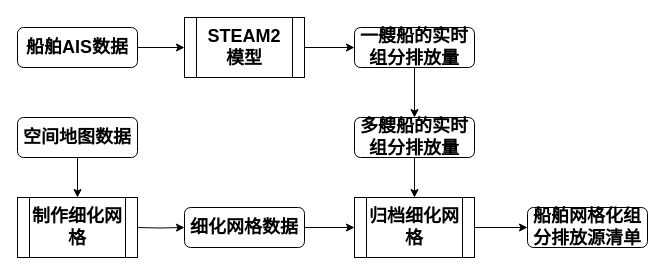
Earlier version of the draw.io diagram 船舶排放清单.drawio (WienWong/Misc). Source tidied: cells renumbered, new cells numbered last; positions are measured from the earlier drawing's top-left corner, leaving out a move shared by most shapes. Both pictures are drawn from the tidied source at 100%, with x=0, y=0 at pixel (17, 17).
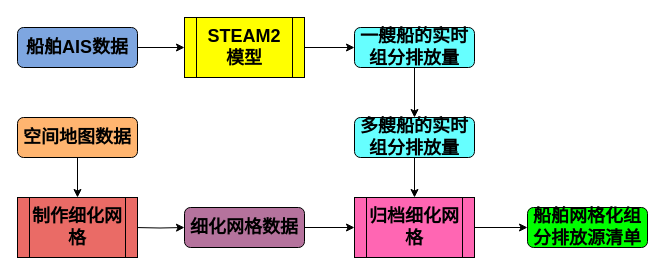
After the change.

Commit message:
Update 船舶排放清单.drawio

Change to the diagram source:
```diff
@@
 <mxGraphModel>
   <root>
     <mxCell id="0" />
     <mxCell id="1" parent="0" />
     <mxCell id="2" style="edgeStyle=orthogonalEdgeStyle;rounded=0;jettySize=auto;html=1;exitX=1;exitY=0.5;exitDx=0;exitDy=0;entryX=0;entryY=0.5;entryDx=0;entryDy=0;" parent="1" edge="1" target="7">
       <mxGeometry relative="1" as="geometry">
         <mxPoint x="117" y="210" as="sourcePoint" />
       </mxGeometry>
     </mxCell>
     <mxCell id="3" style="edgeStyle=orthogonalEdgeStyle;rounded=0;jettySize=auto;html=1;exitX=0.5;exitY=1;exitDx=0;exitDy=0;entryX=0.5;entryY=0;entryDx=0;entryDy=0;" parent="1" edge="1" source="4" target="9">
       <mxGeometry relative="1" as="geometry" />
     </mxCell>
-    <mxCell id="4" value="&lt;font style=&quot;font-size: 18px&quot;&gt;&lt;b&gt;一艘船的实时组分排放量&lt;/b&gt;&lt;/font&gt;" style="rounded=1;whiteSpace=wrap;html=1;fontSize=12;glass=0;strokeWidth=1;shadow=0;" parent="1" vertex="1">
+    <mxCell id="4" value="&lt;font style=&quot;font-size: 18px&quot;&gt;&lt;b&gt;一艘船的实时组分排放量&lt;/b&gt;&lt;/font&gt;" style="rounded=1;whiteSpace=wrap;html=1;fontSize=12;glass=0;strokeWidth=1;shadow=0;fillColor=#66FFFF;" parent="1" vertex="1">
       <mxGeometry x="337" y="10" width="120" height="40" as="geometry" />
     </mxCell>
-    <mxCell id="5" value="&lt;font style=&quot;font-size: 18px&quot;&gt;&lt;b&gt;船舶网格化组分排放源清单&lt;/b&gt;&lt;/font&gt;" style="rounded=1;whiteSpace=wrap;html=1;fontSize=12;glass=0;strokeWidth=1;shadow=0;" parent="1" vertex="1">
+    <mxCell id="5" value="&lt;font style=&quot;font-size: 18px&quot;&gt;&lt;b&gt;船舶网格化组分排放源清单&lt;/b&gt;&lt;/font&gt;" style="rounded=1;whiteSpace=wrap;html=1;fontSize=12;glass=0;strokeWidth=1;shadow=0;fillColor=#00FF00;" parent="1" vertex="1">
       <mxGeometry x="510" y="190" width="120" height="40" as="geometry" />
     </mxCell>
     <mxCell id="6" style="edgeStyle=orthogonalEdgeStyle;rounded=0;jettySize=auto;html=1;exitX=1;exitY=0.5;exitDx=0;exitDy=0;entryX=0;entryY=0.5;entryDx=0;entryDy=0;" parent="1" edge="1" source="7" target="18">
       <mxGeometry relative="1" as="geometry" />
     </mxCell>
-    <mxCell id="7" value="&lt;font style=&quot;font-size: 18px&quot;&gt;&lt;b&gt;细化网格数据&lt;/b&gt;&lt;/font&gt;" style="rounded=1;whiteSpace=wrap;html=1;fontSize=12;glass=0;strokeWidth=1;shadow=0;" parent="1" vertex="1">
+    <mxCell id="7" value="&lt;font style=&quot;font-size: 18px&quot;&gt;&lt;b&gt;细化网格数据&lt;/b&gt;&lt;/font&gt;" style="rounded=1;whiteSpace=wrap;html=1;fontSize=12;glass=0;strokeWidth=1;shadow=0;fillColor=#B5739D;" parent="1" vertex="1">
       <mxGeometry x="167" y="190" width="120" height="40" as="geometry" />
     </mxCell>
     <mxCell id="8" style="edgeStyle=orthogonalEdgeStyle;rounded=0;jettySize=auto;html=1;exitX=0.5;exitY=1;exitDx=0;exitDy=0;entryX=0.5;entryY=0;entryDx=0;entryDy=0;" parent="1" edge="1" source="9" target="18">
       <mxGeometry relative="1" as="geometry" />
     </mxCell>
-    <mxCell id="9" value="&lt;font style=&quot;font-size: 18px&quot;&gt;&lt;b&gt;多艘船的实时组分排放量&lt;/b&gt;&lt;/font&gt;" style="rounded=1;whiteSpace=wrap;html=1;fontSize=12;glass=0;strokeWidth=1;shadow=0;" parent="1" vertex="1">
+    <mxCell id="9" value="&lt;font style=&quot;font-size: 18px&quot;&gt;&lt;b&gt;多艘船的实时组分排放量&lt;/b&gt;&lt;/font&gt;" style="rounded=1;whiteSpace=wrap;html=1;fontSize=12;glass=0;strokeWidth=1;shadow=0;fillColor=#66FFFF;" parent="1" vertex="1">
       <mxGeometry x="337" y="100" width="120" height="40" as="geometry" />
     </mxCell>
     <mxCell id="10" style="edgeStyle=orthogonalEdgeStyle;rounded=0;jettySize=auto;html=1;exitX=1;exitY=0.5;exitDx=0;exitDy=0;entryX=0;entryY=0.5;entryDx=0;entryDy=0;" parent="1" edge="1" source="11" target="16">
       <mxGeometry relative="1" as="geometry" />
     </mxCell>
-    <mxCell id="11" value="&lt;font style=&quot;font-size: 18px&quot;&gt;&lt;b&gt;船舶AIS数据&lt;/b&gt;&lt;/font&gt;" style="rounded=1;whiteSpace=wrap;html=1;fontSize=12;glass=0;strokeWidth=1;shadow=0;" parent="1" vertex="1">
+    <mxCell id="11" value="&lt;font style=&quot;font-size: 18px&quot;&gt;&lt;b&gt;船舶AIS数据&lt;/b&gt;&lt;/font&gt;" style="rounded=1;whiteSpace=wrap;html=1;fontSize=12;glass=0;strokeWidth=1;shadow=0;fillColor=#7EA6E0;" parent="1" vertex="1">
       <mxGeometry y="10" width="120" height="40" as="geometry" />
     </mxCell>
-    <mxCell id="12" value="&lt;font style=&quot;font-size: 18px&quot;&gt;&lt;b&gt;制作细化网格&lt;/b&gt;&lt;/font&gt;" style="shape=process;whiteSpace=wrap;html=1;backgroundOutline=1;" parent="1" vertex="1">
+    <mxCell id="12" value="&lt;font style=&quot;font-size: 18px&quot;&gt;&lt;b&gt;制作细化网格&lt;/b&gt;&lt;/font&gt;" style="shape=process;whiteSpace=wrap;html=1;backgroundOutline=1;fillColor=#EA6B66;" parent="1" vertex="1">
       <mxGeometry y="180" width="120" height="60" as="geometry" />
     </mxCell>
     <mxCell id="13" style="edgeStyle=orthogonalEdgeStyle;rounded=0;jettySize=auto;html=1;exitX=0.5;exitY=1;exitDx=0;exitDy=0;" parent="1" edge="1" source="14" target="12">
       <mxGeometry relative="1" as="geometry" />
     </mxCell>
-    <mxCell id="14" value="&lt;font style=&quot;font-size: 18px&quot;&gt;&lt;b&gt;空间地图数据&lt;/b&gt;&lt;/font&gt;" style="rounded=1;whiteSpace=wrap;html=1;fontSize=12;glass=0;strokeWidth=1;shadow=0;" parent="1" vertex="1">
+    <mxCell id="14" value="&lt;font style=&quot;font-size: 18px&quot;&gt;&lt;b&gt;空间地图数据&lt;/b&gt;&lt;/font&gt;" style="rounded=1;whiteSpace=wrap;html=1;fontSize=12;glass=0;strokeWidth=1;shadow=0;fillColor=#FFB570;" parent="1" vertex="1">
       <mxGeometry y="100" width="120" height="40" as="geometry" />
     </mxCell>
     <mxCell id="15" style="edgeStyle=orthogonalEdgeStyle;rounded=0;jettySize=auto;html=1;exitX=1;exitY=0.5;exitDx=0;exitDy=0;" parent="1" edge="1" source="16" target="4">
       <mxGeometry relative="1" as="geometry" />
     </mxCell>
-    <mxCell id="16" value="&lt;b style=&quot;font-size: 18px&quot;&gt;STEAM2&lt;br&gt;模型&lt;/b&gt;" style="shape=process;whiteSpace=wrap;html=1;backgroundOutline=1;" parent="1" vertex="1">
+    <mxCell id="16" value="&lt;b style=&quot;font-size: 18px&quot;&gt;STEAM2&lt;br&gt;模型&lt;/b&gt;" style="shape=process;whiteSpace=wrap;html=1;backgroundOutline=1;fillColor=#FFFF00;" parent="1" vertex="1">
       <mxGeometry x="167" width="120" height="60" as="geometry" />
     </mxCell>
     <mxCell id="17" style="edgeStyle=orthogonalEdgeStyle;rounded=0;jettySize=auto;html=1;exitX=1;exitY=0.5;exitDx=0;exitDy=0;entryX=0;entryY=0.5;entryDx=0;entryDy=0;" parent="1" edge="1" source="18" target="5">
       <mxGeometry relative="1" as="geometry" />
     </mxCell>
-    <mxCell id="18" value="&lt;b style=&quot;font-size: 18px&quot;&gt;归档细化网格&lt;/b&gt;" style="shape=process;whiteSpace=wrap;html=1;backgroundOutline=1;" parent="1" vertex="1">
+    <mxCell id="18" value="&lt;b style=&quot;font-size: 18px&quot;&gt;归档细化网格&lt;/b&gt;" style="shape=process;whiteSpace=wrap;html=1;backgroundOutline=1;fillColor=#FF66B3;" parent="1" vertex="1">
       <mxGeometry x="337" y="180" width="120" height="60" as="geometry" />
     </mxCell>
   </root>
 </mxGraphModel>
```
